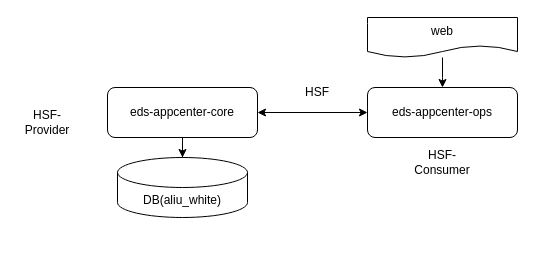
chenkangzeng/appstreaming keeps this draw.io diagram as ali_app_manage.drawio. Above is the earlier version. Source tidied: cells renumbered, new cells numbered last; positions are measured from the earlier drawing's top-left corner, leaving out a move shared by most shapes. Both pictures are drawn from the tidied source at 100%, with x=0, y=0 at pixel (17, 17).
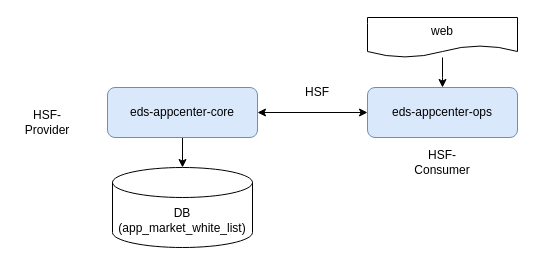
Above is the later version.

Change to the diagram source:
```diff
@@
 <mxGraphModel>
   <root>
     <mxCell id="0" />
     <mxCell id="1" parent="0" />
-    <mxCell id="2" value="DB(aliu_white)" style="shape=cylinder3;whiteSpace=wrap;html=1;boundedLbl=1;backgroundOutline=1;size=15;" parent="1" vertex="1">
-      <mxGeometry x="100" y="140" width="130" height="60" as="geometry" />
+    <mxCell id="2" value="DB&lt;br&gt;(app_market_white_list)" style="shape=cylinder3;whiteSpace=wrap;html=1;boundedLbl=1;backgroundOutline=1;size=15;" parent="1" vertex="1">
+      <mxGeometry x="95" y="150" width="140" height="80" as="geometry" />
     </mxCell>
     <mxCell id="3" style="edgeStyle=orthogonalEdgeStyle;rounded=0;jettySize=auto;html=1;" parent="1" edge="1" source="4" target="2">
       <mxGeometry relative="1" as="geometry" />
     </mxCell>
-    <mxCell id="4" value="eds-appcenter-core" style="rounded=1;whiteSpace=wrap;html=1;" parent="1" vertex="1">
+    <mxCell id="4" value="eds-appcenter-core" style="rounded=1;whiteSpace=wrap;html=1;fillColor=#dae8fc;strokeColor=#6c8ebf;" parent="1" vertex="1">
       <mxGeometry x="90" y="70" width="150" height="50" as="geometry" />
     </mxCell>
-    <mxCell id="5" value="eds-appcenter-ops" style="rounded=1;whiteSpace=wrap;html=1;" parent="1" vertex="1">
+    <mxCell id="5" value="eds-appcenter-ops" style="rounded=1;whiteSpace=wrap;html=1;fillColor=#dae8fc;strokeColor=#6c8ebf;" parent="1" vertex="1">
       <mxGeometry x="350" y="70" width="150" height="50" as="geometry" />
     </mxCell>
     <mxCell id="6" style="edgeStyle=orthogonalEdgeStyle;rounded=0;jettySize=auto;html=1;" parent="1" edge="1" source="7">
       <mxGeometry relative="1" as="geometry">
         <mxPoint x="425" y="70" as="targetPoint" />
       </mxGeometry>
     </mxCell>
     <mxCell id="7" value="web" style="shape=document;whiteSpace=wrap;html=1;boundedLbl=1;" parent="1" vertex="1">
       <mxGeometry x="350" width="150" height="40" as="geometry" />
     </mxCell>
     <mxCell id="8" style="endArrow=classic;startArrow=classic;html=1;rounded=0;entryX=0;entryY=0.5;entryDx=0;entryDy=0;exitX=1;exitY=0.5;exitDx=0;exitDy=0;" parent="1" edge="1" source="4" target="5">
       <mxGeometry relative="1" as="geometry" />
     </mxCell>
     <mxCell id="9" value="HSF" style="text;html=1;strokeColor=none;fillColor=none;align=center;verticalAlign=middle;whiteSpace=wrap;rounded=0;" parent="1" vertex="1">
       <mxGeometry x="270" y="60" width="60" height="30" as="geometry" />
     </mxCell>
     <mxCell id="10" value="HSF-Consumer" style="text;html=1;strokeColor=none;fillColor=none;align=center;verticalAlign=middle;whiteSpace=wrap;rounded=0;" parent="1" vertex="1">
       <mxGeometry x="395" y="130" width="60" height="30" as="geometry" />
     </mxCell>
     <mxCell id="11" value="HSF-Provider" style="text;html=1;strokeColor=none;fillColor=none;align=center;verticalAlign=middle;whiteSpace=wrap;rounded=0;" parent="1" vertex="1">
       <mxGeometry y="90" width="60" height="30" as="geometry" />
     </mxCell>
   </root>
 </mxGraphModel>
```
